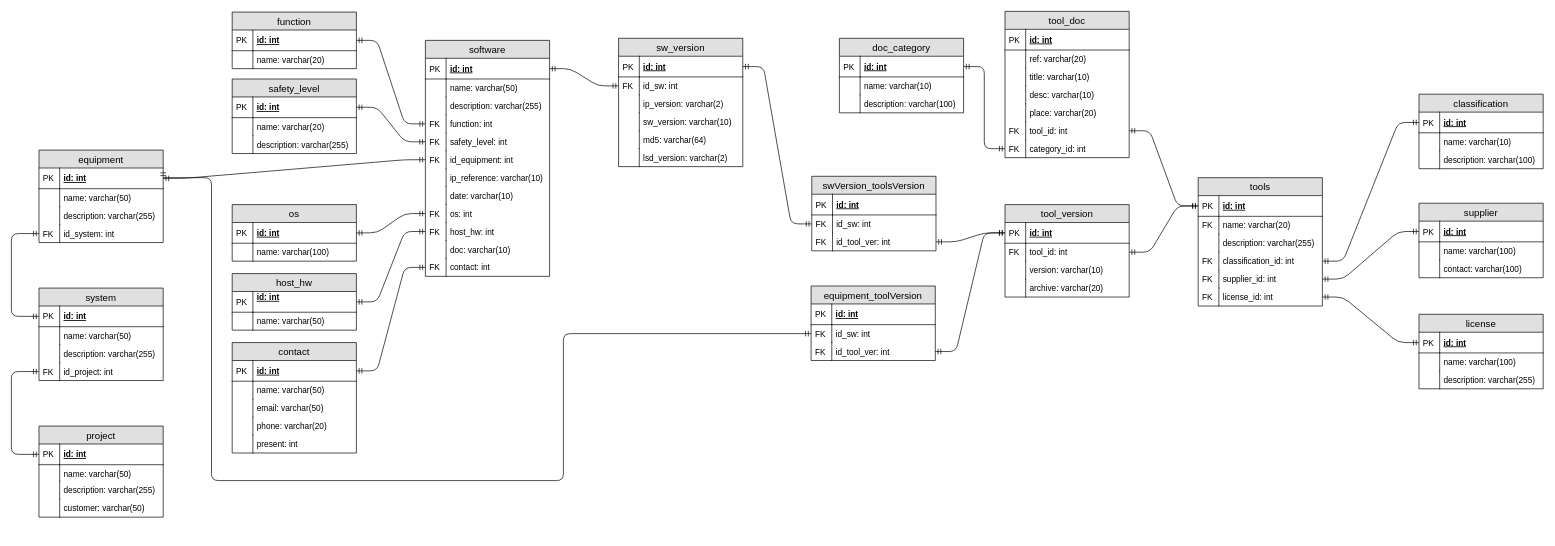
Earlier version of the draw.io diagram page "DB" (1 of 9) of toolsDB.drawio (behej/toolsDB). Source tidied: cells renumbered, new cells numbered last; positions are measured from the earlier drawing's top-left corner, leaving out a move shared by most shapes. Both pictures are drawn from the tidied source at 69%, with x=0, y=0 at pixel (11, 11).
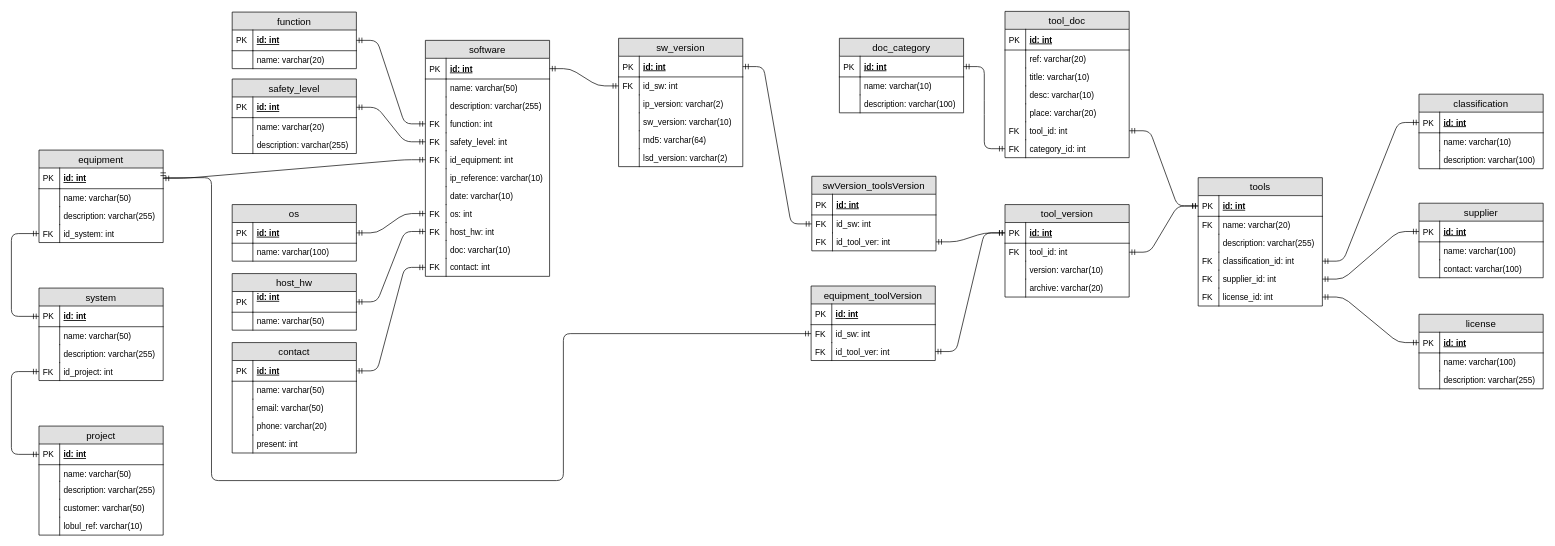
The same diagram, later.

Commit message:
add LOBUL ref into project table

The edit, as a diff of the source:
```diff
@@
     <mxCell id="84" value="project" style="swimlane;fontStyle=0;horizontal=1;startSize=26;fillColor=#e0e0e0;swimlaneFillColor=#ffffff;align=center;fontSize=14;" parent="1" vertex="1">
-      <mxGeometry x="40" y="601" width="180" height="132" as="geometry" />
+      <mxGeometry x="40" y="601" width="180" height="158" as="geometry" />
     </mxCell>
@@
+    <mxCell id="198" value="lobul_ref: varchar(10)" style="shape=partialRectangle;top=0;left=0;right=0;bottom=0;align=left;verticalAlign=top;fillColor=none;spacingLeft=34;spacingRight=4;overflow=hidden;fontSize=12;" parent="84" vertex="1">
+      <mxGeometry y="132" width="180" height="26" as="geometry" />
+    </mxCell>
+    <mxCell id="199" style="shape=partialRectangle;top=0;left=0;bottom=0;fillColor=none;align=left;verticalAlign=top;spacingLeft=4;spacingRight=4;overflow=hidden;fontSize=12;" parent="198" vertex="1">
+      <mxGeometry width="30" height="26" as="geometry" />
+    </mxCell>
```
